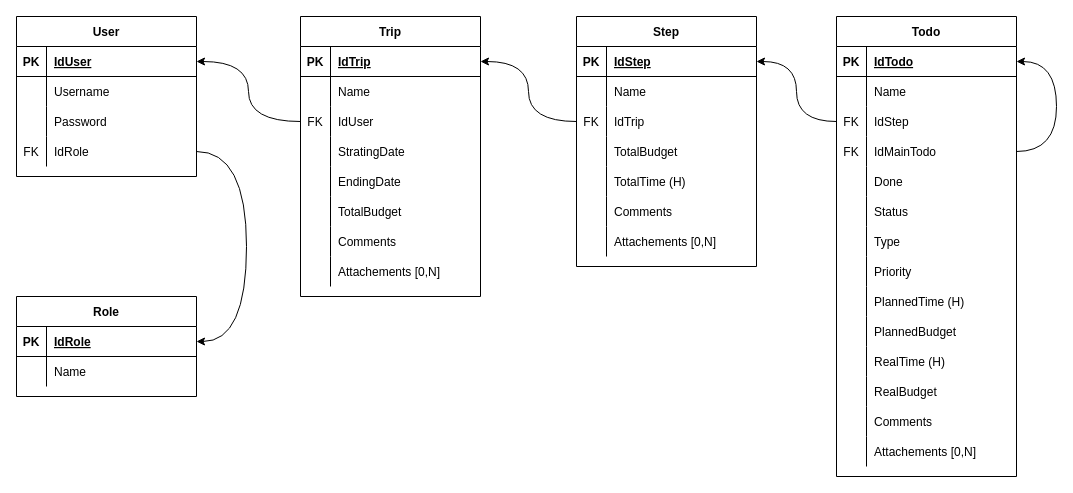
Earlier version of the draw.io diagram Schema_Relationnel.drawio (Djounna/Project_TripCompanion). Source tidied: cells renumbered, new cells numbered last; positions are measured from the earlier drawing's top-left corner, leaving out a move shared by most shapes. Both pictures are drawn from the tidied source at 100%, with x=0, y=0 at pixel (16, 16).
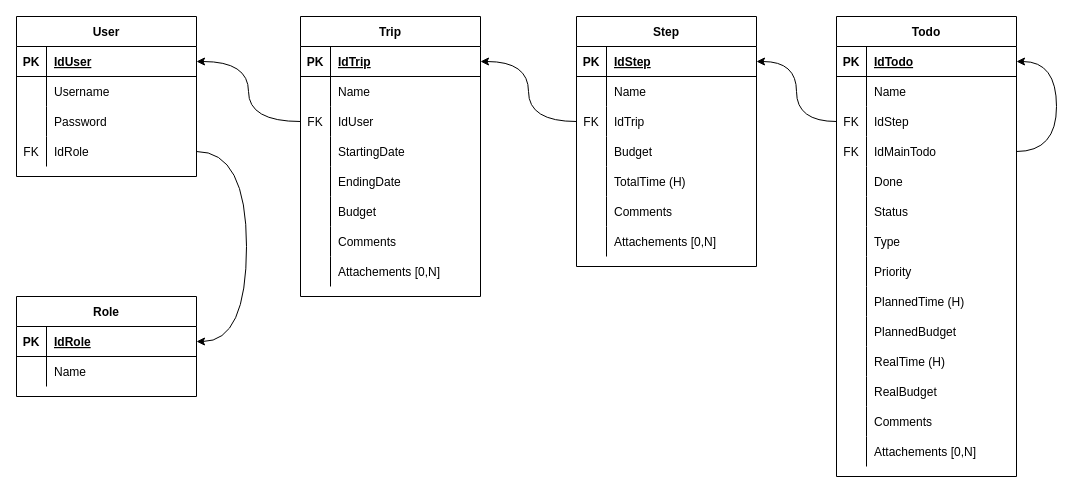
The same diagram, later.

Unchanged cells that the change refers to:
```xml
<mxCell id="25" style="shape=partialRectangle;fillColor=none;top=0;left=0;bottom=0;right=0;" parent="15" vertex="1">
  <mxGeometry y="120" width="180" height="30" as="geometry" />
</mxCell>
<mxCell id="31" style="shape=partialRectangle;fillColor=none;top=0;left=0;bottom=0;right=0;" parent="15" vertex="1">
  <mxGeometry y="180" width="180" height="30" as="geometry" />
</mxCell>
<mxCell id="51" style="shape=partialRectangle;fillColor=none;top=0;left=0;bottom=0;right=0;" parent="41" vertex="1">
  <mxGeometry y="120" width="180" height="30" as="geometry" />
</mxCell>
```

What changed in the source:
```diff
@@
-    <mxCell id="27" value="StratingDate" style="shape=partialRectangle;fillColor=none;top=0;left=0;bottom=0;right=0;align=left;spacingLeft=6;overflow=hidden;" parent="25" vertex="1">
+    <mxCell id="27" value="StartingDate" style="shape=partialRectangle;fillColor=none;top=0;left=0;bottom=0;right=0;align=left;spacingLeft=6;overflow=hidden;" parent="25" vertex="1">
       <mxGeometry x="30" width="150" height="30" as="geometry" />
     </mxCell>
@@
-    <mxCell id="33" value="TotalBudget" style="shape=partialRectangle;fillColor=none;top=0;left=0;bottom=0;right=0;align=left;spacingLeft=6;overflow=hidden;" parent="31" vertex="1">
+    <mxCell id="33" value="Budget" style="shape=partialRectangle;fillColor=none;top=0;left=0;bottom=0;right=0;align=left;spacingLeft=6;overflow=hidden;" parent="31" vertex="1">
       <mxGeometry x="30" width="150" height="30" as="geometry" />
     </mxCell>
@@
-    <mxCell id="53" value="TotalBudget" style="shape=partialRectangle;fillColor=none;top=0;left=0;bottom=0;right=0;align=left;spacingLeft=6;overflow=hidden;" parent="51" vertex="1">
+    <mxCell id="53" value="Budget" style="shape=partialRectangle;fillColor=none;top=0;left=0;bottom=0;right=0;align=left;spacingLeft=6;overflow=hidden;" parent="51" vertex="1">
       <mxGeometry x="30" width="150" height="30" as="geometry" />
     </mxCell>
```
